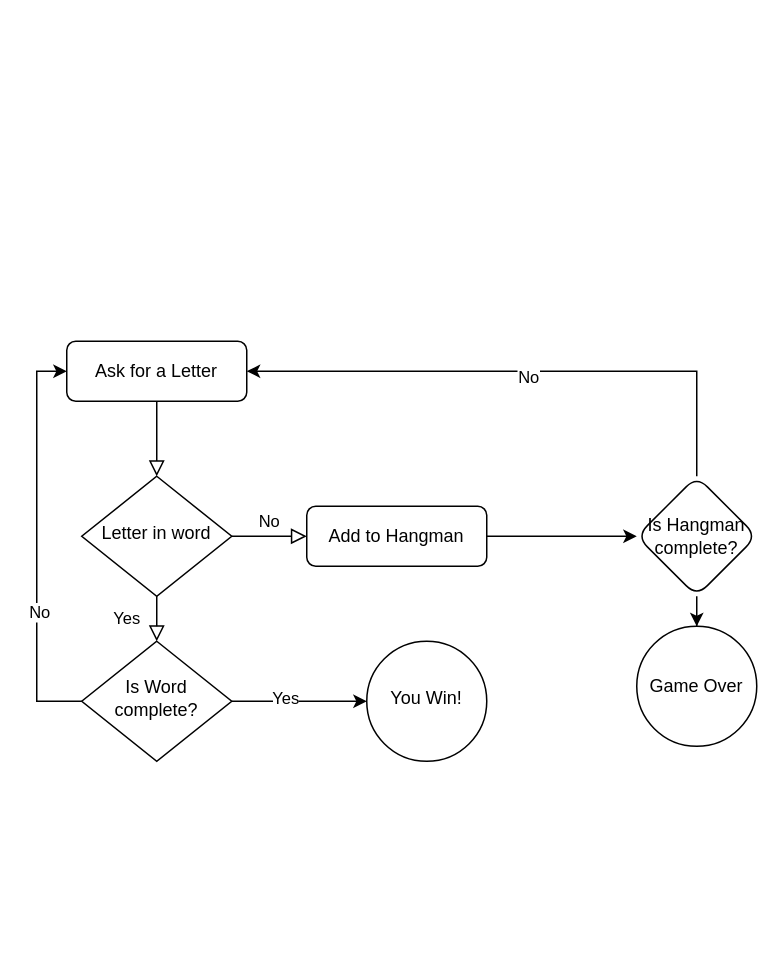
Above: python-project/Untitled Diagram.drawio in dadbodcortez/playground-fqoc4pup (draw.io), before the change. Source tidied: cells renumbered, new cells numbered last; positions are measured from the earlier drawing's top-left corner, leaving out a move shared by most shapes. Both pictures are drawn from the tidied source at 150%, with x=0, y=0 at pixel (66, 340).
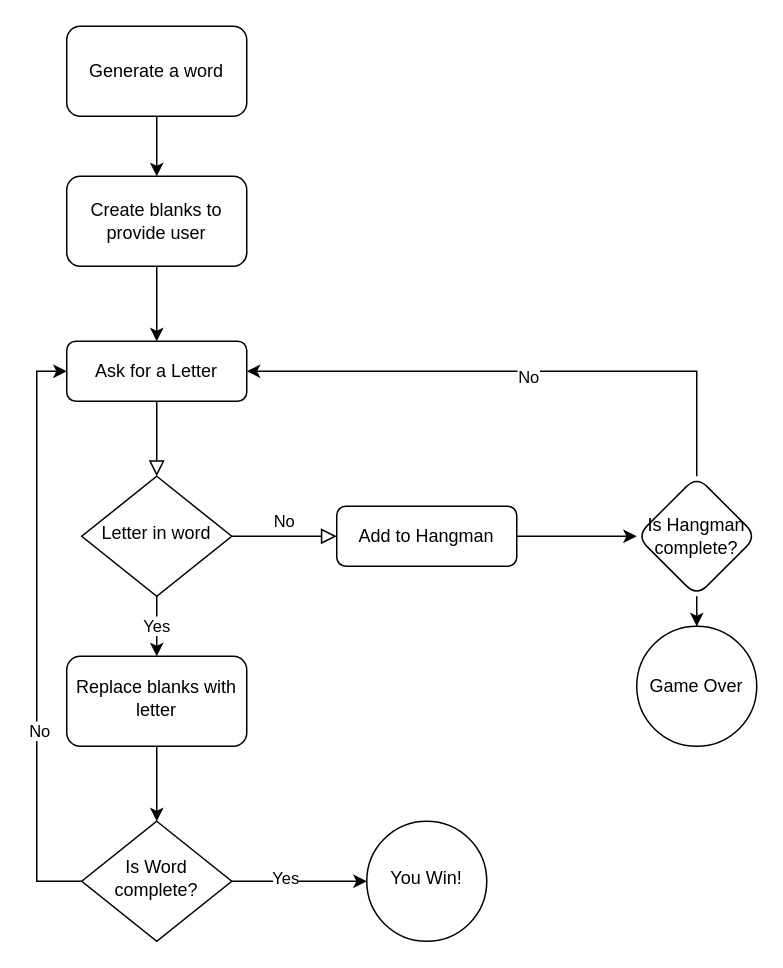
Above is the later version.

Unchanged cells that the change refers to:
```xml
<mxCell id="3" value="Ask for a Letter" style="rounded=1;whiteSpace=wrap;html=1;fontSize=12;glass=0;strokeWidth=1;shadow=0;" parent="1" vertex="1">
  <mxGeometry width="120" height="40" as="geometry" />
</mxCell>
<mxCell id="6" value="Letter in word" style="rhombus;whiteSpace=wrap;html=1;shadow=0;fontFamily=Helvetica;fontSize=12;align=center;strokeWidth=1;spacing=6;spacingTop=-4;" parent="1" vertex="1">
  <mxGeometry x="10" y="90" width="100" height="80" as="geometry" />
</mxCell>
```

What changed in the source:
```diff
@@
+    <mxCell id="5" value="No" style="edgeStyle=orthogonalEdgeStyle;rounded=0;html=1;jettySize=auto;fontSize=11;endArrow=block;endFill=0;endSize=8;strokeWidth=1;shadow=0;labelBackgroundColor=none;" parent="1" edge="1" source="6" target="8">
+      <mxGeometry y="10" relative="1" as="geometry" />
+    </mxCell>
-    <mxCell id="4" value="Yes" style="rounded=0;html=1;jettySize=auto;fontSize=11;endArrow=block;endFill=0;endSize=8;strokeWidth=1;shadow=0;labelBackgroundColor=none;edgeStyle=orthogonalEdgeStyle;" parent="1" edge="1" source="6" target="13">
-      <mxGeometry y="20" relative="1" as="geometry" />
+    <mxCell id="4" value="Yes" style="edgeStyle=orthogonalEdgeStyle;rounded=0;jettySize=auto;html=1;" parent="1" edge="1" source="6" target="25">
+      <mxGeometry relative="1" as="geometry" />
     </mxCell>
-    <mxCell id="5" value="No" style="edgeStyle=orthogonalEdgeStyle;rounded=0;html=1;jettySize=auto;fontSize=11;endArrow=block;endFill=0;endSize=8;strokeWidth=1;shadow=0;labelBackgroundColor=none;" parent="1" edge="1" source="6" target="8">
-      <mxGeometry y="10" relative="1" as="geometry" />
-    </mxCell>
@@
     <mxCell id="8" value="Add to Hangman" style="rounded=1;whiteSpace=wrap;html=1;fontSize=12;glass=0;strokeWidth=1;shadow=0;" parent="1" vertex="1">
-      <mxGeometry x="160" y="110" width="120" height="40" as="geometry" />
+      <mxGeometry x="180" y="110" width="120" height="40" as="geometry" />
     </mxCell>
@@
     <mxCell id="13" value="Is Word complete?" style="rhombus;whiteSpace=wrap;html=1;shadow=0;fontFamily=Helvetica;fontSize=12;align=center;strokeWidth=1;spacing=6;spacingTop=-4;" parent="1" vertex="1">
-      <mxGeometry x="10" y="200" width="100" height="80" as="geometry" />
+      <mxGeometry x="10" y="320" width="100" height="80" as="geometry" />
     </mxCell>
@@
     <mxCell id="19" value="You Win!" style="ellipse;whiteSpace=wrap;html=1;shadow=0;strokeWidth=1;spacing=6;spacingTop=-4;" parent="1" vertex="1">
-      <mxGeometry x="200" y="200" width="80" height="80" as="geometry" />
+      <mxGeometry x="200" y="320" width="80" height="80" as="geometry" />
     </mxCell>
+    <mxCell id="20" style="edgeStyle=orthogonalEdgeStyle;rounded=0;jettySize=auto;html=1;" parent="1" edge="1" source="21" target="23">
+      <mxGeometry relative="1" as="geometry" />
+    </mxCell>
+    <mxCell id="21" value="Generate a word" style="whiteSpace=wrap;html=1;rounded=1;glass=0;strokeWidth=1;shadow=0;" parent="1" vertex="1">
+      <mxGeometry y="-210" width="120" height="60" as="geometry" />
+    </mxCell>
+    <mxCell id="22" style="edgeStyle=orthogonalEdgeStyle;rounded=0;jettySize=auto;html=1;" parent="1" edge="1" source="23" target="3">
+      <mxGeometry relative="1" as="geometry" />
+    </mxCell>
+    <mxCell id="23" value="Create blanks to provide user" style="whiteSpace=wrap;html=1;rounded=1;glass=0;strokeWidth=1;shadow=0;" parent="1" vertex="1">
+      <mxGeometry y="-110" width="120" height="60" as="geometry" />
+    </mxCell>
+    <mxCell id="24" style="edgeStyle=orthogonalEdgeStyle;rounded=0;jettySize=auto;html=1;" parent="1" edge="1" source="25" target="13">
+      <mxGeometry relative="1" as="geometry" />
+    </mxCell>
+    <mxCell id="25" value="Replace blanks with letter" style="rounded=1;whiteSpace=wrap;html=1;shadow=0;strokeWidth=1;spacing=6;spacingTop=-4;" parent="1" vertex="1">
+      <mxGeometry y="210" width="120" height="60" as="geometry" />
+    </mxCell>
```
